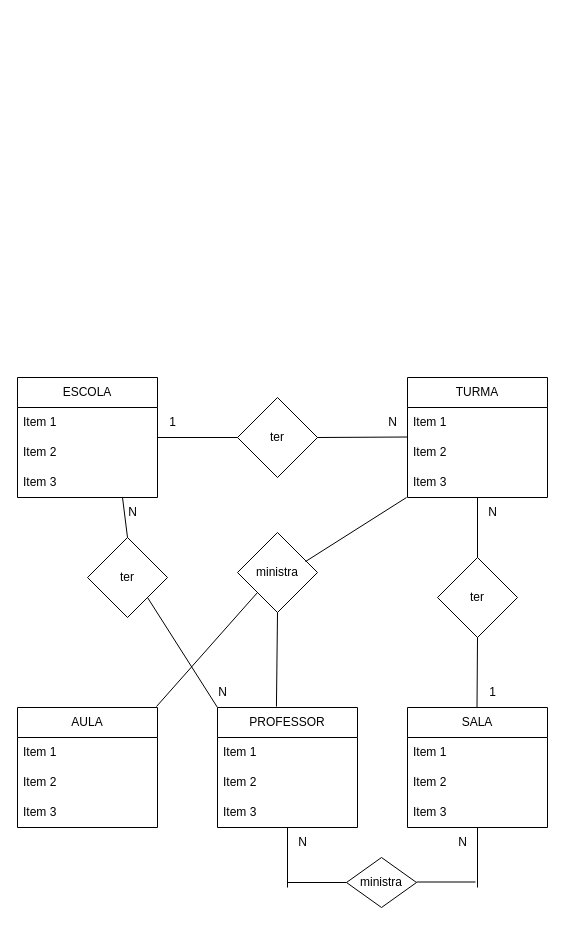
Before: segunda_at2.drawio in Adrianobraga/diagramas, a draw.io diagram. Source tidied: cells renumbered, new cells numbered last; positions are measured from the earlier drawing's top-left corner, leaving out a move shared by most shapes. Both pictures are drawn from the tidied source at 100%, with x=0, y=0 at pixel (17, 377).
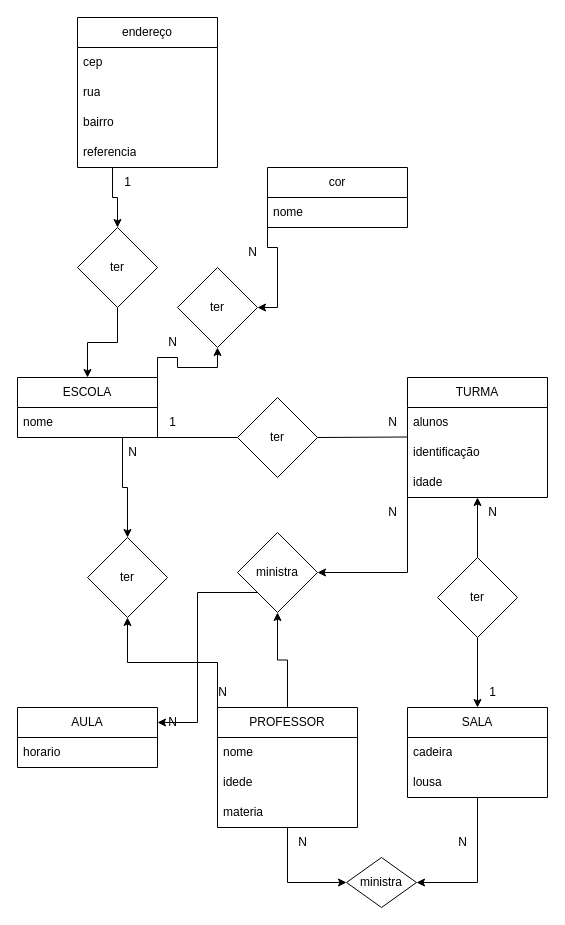
Above is the later version.

The change refers to these unchanged cells:
```xml
<mxCell id="6" value="TURMA" style="swimlane;fontStyle=0;horizontal=1;startSize=30;whiteSpace=wrap;html=1;" parent="1" vertex="1">
  <mxGeometry x="390" width="140" height="120" as="geometry" />
</mxCell>
<mxCell id="18" value="PROFESSOR" style="swimlane;fontStyle=0;horizontal=1;startSize=30;whiteSpace=wrap;html=1;" parent="1" vertex="1">
  <mxGeometry x="200" y="330" width="140" height="120" as="geometry" />
</mxCell>
<mxCell id="23" value="ministra" style="rhombus;whiteSpace=wrap;html=1;" parent="1" vertex="1">
  <mxGeometry x="329" y="480" width="70" height="50" as="geometry" />
</mxCell>
<mxCell id="24" value="ter" style="rhombus;whiteSpace=wrap;html=1;" parent="1" vertex="1">
  <mxGeometry x="420" y="180" width="80" height="80" as="geometry" />
</mxCell>
<mxCell id="25" value="ministra" style="rhombus;whiteSpace=wrap;html=1;" parent="1" vertex="1">
  <mxGeometry x="220" y="155" width="80" height="80" as="geometry" />
</mxCell>
<mxCell id="43" value="ter" style="rhombus;whiteSpace=wrap;html=1;" parent="1" vertex="1">
  <mxGeometry x="70" y="160" width="80" height="80" as="geometry" />
</mxCell>
```

The edit, as a diff of the source:
```diff
@@
+    <mxCell id="48" style="edgeStyle=orthogonalEdgeStyle;rounded=0;jettySize=auto;html=1;exitX=1;exitY=0;exitDx=0;exitDy=0;entryX=0.5;entryY=1;entryDx=0;entryDy=0;" parent="1" edge="1" source="2" target="71">
+      <mxGeometry relative="1" as="geometry" />
+    </mxCell>
+    <mxCell id="49" style="edgeStyle=orthogonalEdgeStyle;rounded=0;jettySize=auto;html=1;exitX=0.75;exitY=1;exitDx=0;exitDy=0;entryX=0.5;entryY=0;entryDx=0;entryDy=0;" parent="1" edge="1" source="2" target="43">
+      <mxGeometry relative="1" as="geometry" />
+    </mxCell>
     <mxCell id="2" value="ESCOLA" style="swimlane;fontStyle=0;horizontal=1;startSize=30;whiteSpace=wrap;html=1;" parent="1" vertex="1">
-      <mxGeometry width="140" height="120" as="geometry" />
+      <mxGeometry width="140" height="60" as="geometry" />
     </mxCell>
-    <mxCell id="3" value="Item 1" style="text;strokeColor=none;fillColor=none;align=left;verticalAlign=middle;spacingLeft=4;spacingRight=4;overflow=hidden;whiteSpace=wrap;html=1;" parent="2" vertex="1">
+    <mxCell id="3" value="nome" style="text;strokeColor=none;fillColor=none;align=left;verticalAlign=middle;spacingLeft=4;spacingRight=4;overflow=hidden;whiteSpace=wrap;html=1;" parent="2" vertex="1">
       <mxGeometry y="30" width="140" height="30" as="geometry" />
     </mxCell>
-    <mxCell id="4" value="Item 2" style="text;strokeColor=none;fillColor=none;align=left;verticalAlign=middle;spacingLeft=4;spacingRight=4;overflow=hidden;whiteSpace=wrap;html=1;" parent="2" vertex="1">
-      <mxGeometry y="60" width="140" height="30" as="geometry" />
-    </mxCell>
-    <mxCell id="5" value="Item 3" style="text;strokeColor=none;fillColor=none;align=left;verticalAlign=middle;spacingLeft=4;spacingRight=4;overflow=hidden;whiteSpace=wrap;html=1;" parent="2" vertex="1">
-      <mxGeometry y="90" width="140" height="30" as="geometry" />
-    </mxCell>
+    <mxCell id="50" style="edgeStyle=orthogonalEdgeStyle;rounded=0;jettySize=auto;html=1;exitX=0;exitY=1;exitDx=0;exitDy=0;entryX=1;entryY=0.5;entryDx=0;entryDy=0;" parent="1" edge="1" source="6" target="25">
+      <mxGeometry relative="1" as="geometry" />
+    </mxCell>
@@
-    <mxCell id="7" value="Item 1" style="text;strokeColor=none;fillColor=none;align=left;verticalAlign=middle;spacingLeft=4;spacingRight=4;overflow=hidden;whiteSpace=wrap;html=1;" parent="6" vertex="1">
+    <mxCell id="7" value="alunos" style="text;strokeColor=none;fillColor=none;align=left;verticalAlign=middle;spacingLeft=4;spacingRight=4;overflow=hidden;whiteSpace=wrap;html=1;" parent="6" vertex="1">
       <mxGeometry y="30" width="140" height="30" as="geometry" />
     </mxCell>
-    <mxCell id="8" value="Item 2" style="text;strokeColor=none;fillColor=none;align=left;verticalAlign=middle;spacingLeft=4;spacingRight=4;overflow=hidden;whiteSpace=wrap;html=1;" parent="6" vertex="1">
+    <mxCell id="8" value="identificação" style="text;strokeColor=none;fillColor=none;align=left;verticalAlign=middle;spacingLeft=4;spacingRight=4;overflow=hidden;whiteSpace=wrap;html=1;" parent="6" vertex="1">
       <mxGeometry y="60" width="140" height="30" as="geometry" />
     </mxCell>
-    <mxCell id="9" value="Item 3" style="text;strokeColor=none;fillColor=none;align=left;verticalAlign=middle;spacingLeft=4;spacingRight=4;overflow=hidden;whiteSpace=wrap;html=1;" parent="6" vertex="1">
+    <mxCell id="9" value="idade" style="text;strokeColor=none;fillColor=none;align=left;verticalAlign=middle;spacingLeft=4;spacingRight=4;overflow=hidden;whiteSpace=wrap;html=1;" parent="6" vertex="1">
       <mxGeometry y="90" width="140" height="30" as="geometry" />
     </mxCell>
+    <mxCell id="51" style="edgeStyle=orthogonalEdgeStyle;rounded=0;jettySize=auto;html=1;exitX=0.5;exitY=1;exitDx=0;exitDy=0;entryX=1;entryY=0.5;entryDx=0;entryDy=0;" parent="1" edge="1" source="10" target="23">
+      <mxGeometry relative="1" as="geometry" />
+    </mxCell>
     <mxCell id="10" value="SALA" style="swimlane;fontStyle=0;horizontal=1;startSize=30;whiteSpace=wrap;html=1;" parent="1" vertex="1">
-      <mxGeometry x="390" y="330" width="140" height="120" as="geometry" />
+      <mxGeometry x="390" y="330" width="140" height="90" as="geometry" />
     </mxCell>
-    <mxCell id="11" value="Item 1" style="text;strokeColor=none;fillColor=none;align=left;verticalAlign=middle;spacingLeft=4;spacingRight=4;overflow=hidden;whiteSpace=wrap;html=1;" parent="10" vertex="1">
+    <mxCell id="11" value="cadeira" style="text;strokeColor=none;fillColor=none;align=left;verticalAlign=middle;spacingLeft=4;spacingRight=4;overflow=hidden;whiteSpace=wrap;html=1;" parent="10" vertex="1">
       <mxGeometry y="30" width="140" height="30" as="geometry" />
     </mxCell>
-    <mxCell id="12" value="Item 2" style="text;strokeColor=none;fillColor=none;align=left;verticalAlign=middle;spacingLeft=4;spacingRight=4;overflow=hidden;whiteSpace=wrap;html=1;" parent="10" vertex="1">
+    <mxCell id="12" value="lousa" style="text;strokeColor=none;fillColor=none;align=left;verticalAlign=middle;spacingLeft=4;spacingRight=4;overflow=hidden;whiteSpace=wrap;html=1;" parent="10" vertex="1">
       <mxGeometry y="60" width="140" height="30" as="geometry" />
     </mxCell>
-    <mxCell id="13" value="Item 3" style="text;strokeColor=none;fillColor=none;align=left;verticalAlign=middle;spacingLeft=4;spacingRight=4;overflow=hidden;whiteSpace=wrap;html=1;" parent="10" vertex="1">
-      <mxGeometry y="90" width="140" height="30" as="geometry" />
-    </mxCell>
     <mxCell id="14" value="AULA" style="swimlane;fontStyle=0;horizontal=1;startSize=30;whiteSpace=wrap;html=1;" parent="1" vertex="1">
-      <mxGeometry y="330" width="140" height="120" as="geometry" />
+      <mxGeometry y="330" width="140" height="60" as="geometry" />
     </mxCell>
-    <mxCell id="15" value="Item 1" style="text;strokeColor=none;fillColor=none;align=left;verticalAlign=middle;spacingLeft=4;spacingRight=4;overflow=hidden;whiteSpace=wrap;html=1;" parent="14" vertex="1">
+    <mxCell id="15" value="horario" style="text;strokeColor=none;fillColor=none;align=left;verticalAlign=middle;spacingLeft=4;spacingRight=4;overflow=hidden;whiteSpace=wrap;html=1;" parent="14" vertex="1">
       <mxGeometry y="30" width="140" height="30" as="geometry" />
     </mxCell>
-    <mxCell id="16" value="Item 2" style="text;strokeColor=none;fillColor=none;align=left;verticalAlign=middle;spacingLeft=4;spacingRight=4;overflow=hidden;whiteSpace=wrap;html=1;" parent="14" vertex="1">
-      <mxGeometry y="60" width="140" height="30" as="geometry" />
-    </mxCell>
-    <mxCell id="17" value="Item 3" style="text;strokeColor=none;fillColor=none;align=left;verticalAlign=middle;spacingLeft=4;spacingRight=4;overflow=hidden;whiteSpace=wrap;html=1;" parent="14" vertex="1">
-      <mxGeometry y="90" width="140" height="30" as="geometry" />
-    </mxCell>
+    <mxCell id="52" style="edgeStyle=orthogonalEdgeStyle;rounded=0;jettySize=auto;html=1;exitX=0;exitY=0;exitDx=0;exitDy=0;entryX=0.5;entryY=1;entryDx=0;entryDy=0;" parent="1" edge="1" source="18" target="43">
+      <mxGeometry relative="1" as="geometry" />
+    </mxCell>
+    <mxCell id="53" style="edgeStyle=orthogonalEdgeStyle;rounded=0;jettySize=auto;html=1;exitX=0.5;exitY=0;exitDx=0;exitDy=0;entryX=0.5;entryY=1;entryDx=0;entryDy=0;" parent="1" edge="1" source="18" target="25">
+      <mxGeometry relative="1" as="geometry" />
+    </mxCell>
+    <mxCell id="54" style="edgeStyle=orthogonalEdgeStyle;rounded=0;jettySize=auto;html=1;exitX=0.5;exitY=1;exitDx=0;exitDy=0;entryX=0;entryY=0.5;entryDx=0;entryDy=0;" parent="1" edge="1" source="18" target="23">
+      <mxGeometry relative="1" as="geometry" />
+    </mxCell>
@@
-    <mxCell id="19" value="Item 1" style="text;strokeColor=none;fillColor=none;align=left;verticalAlign=middle;spacingLeft=4;spacingRight=4;overflow=hidden;whiteSpace=wrap;html=1;" parent="18" vertex="1">
+    <mxCell id="19" value="nome" style="text;strokeColor=none;fillColor=none;align=left;verticalAlign=middle;spacingLeft=4;spacingRight=4;overflow=hidden;whiteSpace=wrap;html=1;" parent="18" vertex="1">
       <mxGeometry y="30" width="140" height="30" as="geometry" />
     </mxCell>
-    <mxCell id="20" value="Item 2" style="text;strokeColor=none;fillColor=none;align=left;verticalAlign=middle;spacingLeft=4;spacingRight=4;overflow=hidden;whiteSpace=wrap;html=1;" parent="18" vertex="1">
+    <mxCell id="20" value="idede" style="text;strokeColor=none;fillColor=none;align=left;verticalAlign=middle;spacingLeft=4;spacingRight=4;overflow=hidden;whiteSpace=wrap;html=1;" parent="18" vertex="1">
       <mxGeometry y="60" width="140" height="30" as="geometry" />
     </mxCell>
-    <mxCell id="21" value="Item 3" style="text;strokeColor=none;fillColor=none;align=left;verticalAlign=middle;spacingLeft=4;spacingRight=4;overflow=hidden;whiteSpace=wrap;html=1;" parent="18" vertex="1">
+    <mxCell id="21" value="materia" style="text;strokeColor=none;fillColor=none;align=left;verticalAlign=middle;spacingLeft=4;spacingRight=4;overflow=hidden;whiteSpace=wrap;html=1;" parent="18" vertex="1">
       <mxGeometry y="90" width="140" height="30" as="geometry" />
     </mxCell>
@@
+    <mxCell id="55" style="edgeStyle=orthogonalEdgeStyle;rounded=0;jettySize=auto;html=1;exitX=0.5;exitY=0;exitDx=0;exitDy=0;entryX=0.5;entryY=1;entryDx=0;entryDy=0;" parent="1" edge="1" source="24" target="6">
+      <mxGeometry relative="1" as="geometry" />
+    </mxCell>
+    <mxCell id="56" style="edgeStyle=orthogonalEdgeStyle;rounded=0;jettySize=auto;html=1;exitX=0.5;exitY=1;exitDx=0;exitDy=0;entryX=0.5;entryY=0;entryDx=0;entryDy=0;" parent="1" edge="1" source="24" target="10">
+      <mxGeometry relative="1" as="geometry" />
+    </mxCell>
@@
+    <mxCell id="57" style="edgeStyle=orthogonalEdgeStyle;rounded=0;jettySize=auto;html=1;exitX=0;exitY=1;exitDx=0;exitDy=0;entryX=1;entryY=0.25;entryDx=0;entryDy=0;" parent="1" edge="1" source="25" target="14">
+      <mxGeometry relative="1" as="geometry" />
+    </mxCell>
@@
-    <mxCell id="30" style="endArrow=none;html=1;rounded=0;entryX=0.5;entryY=0;entryDx=0;entryDy=0;exitX=0.5;exitY=1;exitDx=0;exitDy=0;" parent="1" edge="1" source="6" target="24">
-      <mxGeometry relative="1" as="geometry" />
-    </mxCell>
-    <mxCell id="31" style="endArrow=none;html=1;rounded=0;entryX=0.5;entryY=0;entryDx=0;entryDy=0;exitX=0.5;exitY=1;exitDx=0;exitDy=0;" parent="1" edge="1" source="24">
-      <mxGeometry relative="1" as="geometry">
-        <mxPoint x="459.5" y="330" as="targetPoint" />
-      </mxGeometry>
-    </mxCell>
@@
-    <mxCell id="34" style="endArrow=none;html=1;rounded=0;" parent="1" edge="1" target="23">
-      <mxGeometry relative="1" as="geometry">
-        <mxPoint x="270" y="505" as="sourcePoint" />
-      </mxGeometry>
-    </mxCell>
-    <mxCell id="35" style="endArrow=none;html=1;rounded=0;exitX=0.5;exitY=1;exitDx=0;exitDy=0;entryX=0.421;entryY=-0.008;entryDx=0;entryDy=0;entryPerimeter=0;" parent="1" edge="1" source="25" target="18">
-      <mxGeometry relative="1" as="geometry" />
-    </mxCell>
@@
-    <mxCell id="38" style="endArrow=none;html=1;rounded=0;exitX=0.85;exitY=0.363;exitDx=0;exitDy=0;exitPerimeter=0;" parent="1" edge="1" source="25">
-      <mxGeometry relative="1" as="geometry">
-        <mxPoint x="389" y="120" as="targetPoint" />
-      </mxGeometry>
-    </mxCell>
-    <mxCell id="39" style="endArrow=none;html=1;rounded=0;exitX=0.5;exitY=1;exitDx=0;exitDy=0;" parent="1" edge="1" source="18">
-      <mxGeometry relative="1" as="geometry">
-        <mxPoint x="270" y="510" as="targetPoint" />
-      </mxGeometry>
-    </mxCell>
-    <mxCell id="40" style="endArrow=none;html=1;rounded=0;exitX=0.5;exitY=1;exitDx=0;exitDy=0;" parent="1" edge="1">
-      <mxGeometry relative="1" as="geometry">
-        <mxPoint x="460" y="450" as="sourcePoint" />
-        <mxPoint x="460" y="510" as="targetPoint" />
-      </mxGeometry>
-    </mxCell>
-    <mxCell id="41" style="endArrow=none;html=1;rounded=0;" parent="1" edge="1">
-      <mxGeometry relative="1" as="geometry">
-        <mxPoint x="399" y="504.5" as="sourcePoint" />
-        <mxPoint x="458" y="504.5" as="targetPoint" />
-      </mxGeometry>
-    </mxCell>
-    <mxCell id="42" style="endArrow=none;html=1;rounded=0;exitX=0;exitY=1;exitDx=0;exitDy=0;entryX=0.421;entryY=-0.008;entryDx=0;entryDy=0;entryPerimeter=0;" parent="1" edge="1" source="25">
-      <mxGeometry relative="1" as="geometry">
-        <mxPoint x="139" y="329" as="targetPoint" />
-      </mxGeometry>
-    </mxCell>
@@
-    <mxCell id="44" style="endArrow=none;html=1;rounded=0;exitX=0.5;exitY=0;exitDx=0;exitDy=0;entryX=0.75;entryY=1;entryDx=0;entryDy=0;" parent="1" edge="1" source="43" target="2">
-      <mxGeometry relative="1" as="geometry" />
-    </mxCell>
-    <mxCell id="45" style="endArrow=none;html=1;rounded=0;exitX=0;exitY=0;exitDx=0;exitDy=0;entryX=0.75;entryY=1;entryDx=0;entryDy=0;" parent="1" edge="1" source="18">
-      <mxGeometry relative="1" as="geometry">
-        <mxPoint x="130" y="220" as="targetPoint" />
-      </mxGeometry>
-    </mxCell>
+    <mxCell id="47" value="N" style="text;html=1;align=center;verticalAlign=middle;strokeColor=none;fillColor=none;" parent="1" vertex="1">
+      <mxGeometry x="190" y="300" width="30" height="30" as="geometry" />
+    </mxCell>
+    <mxCell id="58" style="edgeStyle=orthogonalEdgeStyle;rounded=0;jettySize=auto;html=1;exitX=0.25;exitY=1;exitDx=0;exitDy=0;entryX=0.5;entryY=0;entryDx=0;entryDy=0;" parent="1" edge="1" source="59" target="65">
+      <mxGeometry relative="1" as="geometry" />
+    </mxCell>
+    <mxCell id="59" value="endereço" style="swimlane;fontStyle=0;horizontal=1;startSize=30;whiteSpace=wrap;html=1;" parent="1" vertex="1">
+      <mxGeometry x="60" y="-360" width="140" height="150" as="geometry" />
+    </mxCell>
+    <mxCell id="60" value="cep" style="text;strokeColor=none;fillColor=none;align=left;verticalAlign=middle;spacingLeft=4;spacingRight=4;overflow=hidden;whiteSpace=wrap;html=1;" parent="59" vertex="1">
+      <mxGeometry y="30" width="140" height="30" as="geometry" />
+    </mxCell>
+    <mxCell id="61" value="rua" style="text;strokeColor=none;fillColor=none;align=left;verticalAlign=middle;spacingLeft=4;spacingRight=4;overflow=hidden;whiteSpace=wrap;html=1;" parent="59" vertex="1">
+      <mxGeometry y="60" width="140" height="30" as="geometry" />
+    </mxCell>
+    <mxCell id="62" value="bairro" style="text;strokeColor=none;fillColor=none;align=left;verticalAlign=middle;spacingLeft=4;spacingRight=4;overflow=hidden;whiteSpace=wrap;html=1;" parent="59" vertex="1">
+      <mxGeometry y="90" width="140" height="30" as="geometry" />
+    </mxCell>
+    <mxCell id="63" value="referencia" style="text;strokeColor=none;fillColor=none;align=left;verticalAlign=middle;spacingLeft=4;spacingRight=4;overflow=hidden;whiteSpace=wrap;html=1;" parent="59" vertex="1">
+      <mxGeometry y="120" width="140" height="30" as="geometry" />
+    </mxCell>
+    <mxCell id="64" style="edgeStyle=orthogonalEdgeStyle;rounded=0;jettySize=auto;html=1;exitX=0.5;exitY=1;exitDx=0;exitDy=0;" parent="1" edge="1" source="65" target="2">
+      <mxGeometry relative="1" as="geometry" />
+    </mxCell>
+    <mxCell id="65" value="ter" style="rhombus;whiteSpace=wrap;html=1;" parent="1" vertex="1">
+      <mxGeometry x="60" y="-150" width="80" height="80" as="geometry" />
+    </mxCell>
+    <mxCell id="66" style="edgeStyle=orthogonalEdgeStyle;rounded=0;jettySize=auto;html=1;exitX=0;exitY=1;exitDx=0;exitDy=0;entryX=1;entryY=0.5;entryDx=0;entryDy=0;" parent="1" edge="1" source="67" target="71">
+      <mxGeometry relative="1" as="geometry" />
+    </mxCell>
+    <mxCell id="67" value="cor" style="swimlane;fontStyle=0;horizontal=1;startSize=30;whiteSpace=wrap;html=1;" parent="1" vertex="1">
+      <mxGeometry x="250" y="-210" width="140" height="60" as="geometry" />
+    </mxCell>
+    <mxCell id="68" value="nome" style="text;strokeColor=none;fillColor=none;align=left;verticalAlign=middle;spacingLeft=4;spacingRight=4;overflow=hidden;whiteSpace=wrap;html=1;" parent="67" vertex="1">
+      <mxGeometry y="30" width="140" height="30" as="geometry" />
+    </mxCell>
+    <mxCell id="69" value="1" style="text;html=1;align=center;verticalAlign=middle;strokeColor=none;fillColor=none;rotation=0;" parent="1" vertex="1">
+      <mxGeometry x="95" y="-210" width="30" height="30" as="geometry" />
+    </mxCell>
     <mxCell id="46" value="N" style="text;html=1;align=center;verticalAlign=middle;strokeColor=none;fillColor=none;" parent="1" vertex="1">
-      <mxGeometry x="100" y="120" width="30" height="30" as="geometry" />
+      <mxGeometry x="100" y="60" width="30" height="30" as="geometry" />
     </mxCell>
-    <mxCell id="47" value="N" style="text;html=1;align=center;verticalAlign=middle;strokeColor=none;fillColor=none;" parent="1" vertex="1">
-      <mxGeometry x="190" y="300" width="30" height="30" as="geometry" />
-    </mxCell>
+    <mxCell id="70" value="N" style="text;html=1;align=center;verticalAlign=middle;strokeColor=none;fillColor=none;rotation=0;" parent="1" vertex="1">
+      <mxGeometry x="220" y="-140" width="30" height="30" as="geometry" />
+    </mxCell>
+    <mxCell id="71" value="ter" style="rhombus;whiteSpace=wrap;html=1;" parent="1" vertex="1">
+      <mxGeometry x="160" y="-110" width="80" height="80" as="geometry" />
+    </mxCell>
+    <mxCell id="72" value="N" style="text;html=1;align=center;verticalAlign=middle;strokeColor=none;fillColor=none;rotation=0;" parent="1" vertex="1">
+      <mxGeometry x="140" y="-50" width="30" height="30" as="geometry" />
+    </mxCell>
+    <mxCell id="73" value="N" style="text;html=1;align=center;verticalAlign=middle;strokeColor=none;fillColor=none;" parent="1" vertex="1">
+      <mxGeometry x="360" y="120" width="30" height="30" as="geometry" />
+    </mxCell>
+    <mxCell id="74" value="N" style="text;html=1;align=center;verticalAlign=middle;strokeColor=none;fillColor=none;" parent="1" vertex="1">
+      <mxGeometry x="140" y="330" width="30" height="30" as="geometry" />
+    </mxCell>
```
